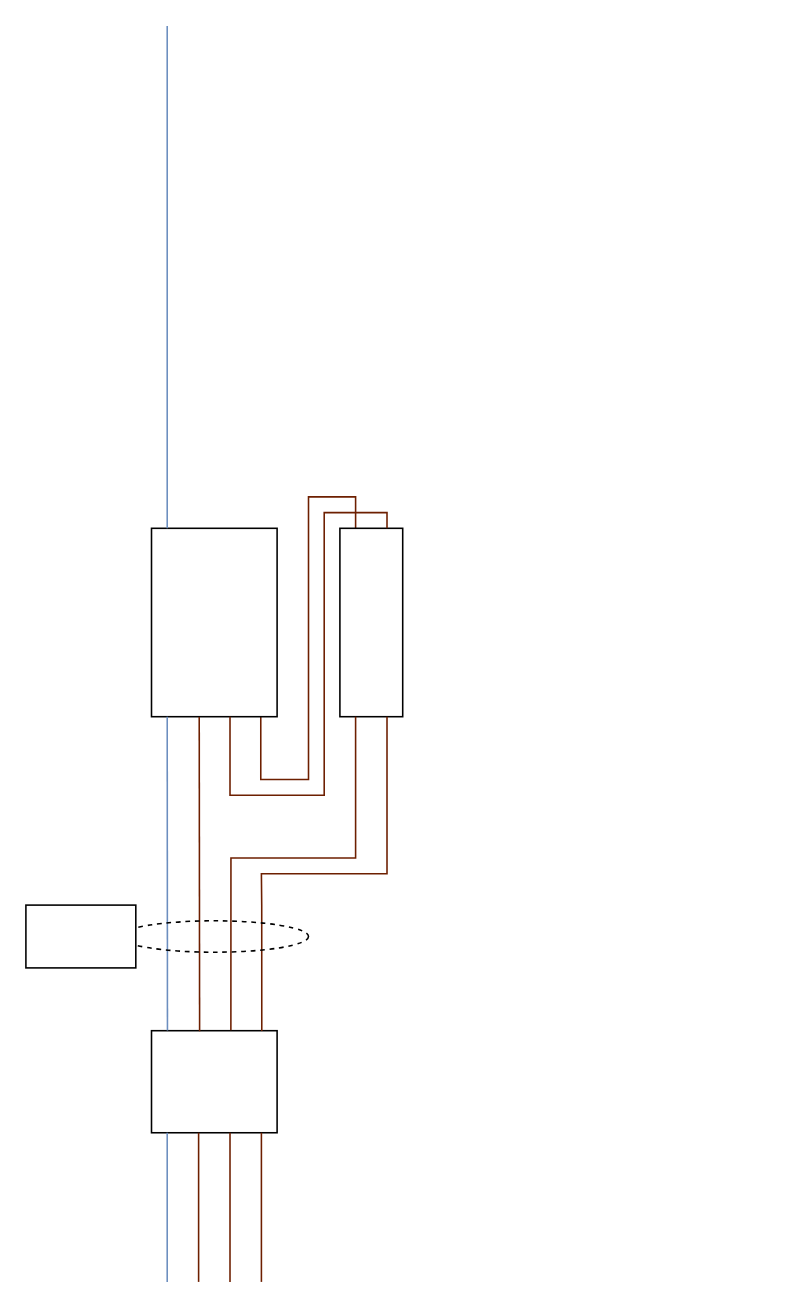
The draw.io diagram smart-evse/smartevse.drawio in SimonvanderMarel/DrawIO-stuff, before the edit. Source tidied: cells renumbered, new cells numbered last; positions are measured from the earlier drawing's top-left corner, leaving out a move shared by most shapes. Both pictures are drawn from the tidied source at 157%, with x=0, y=0 at pixel (25, 25).
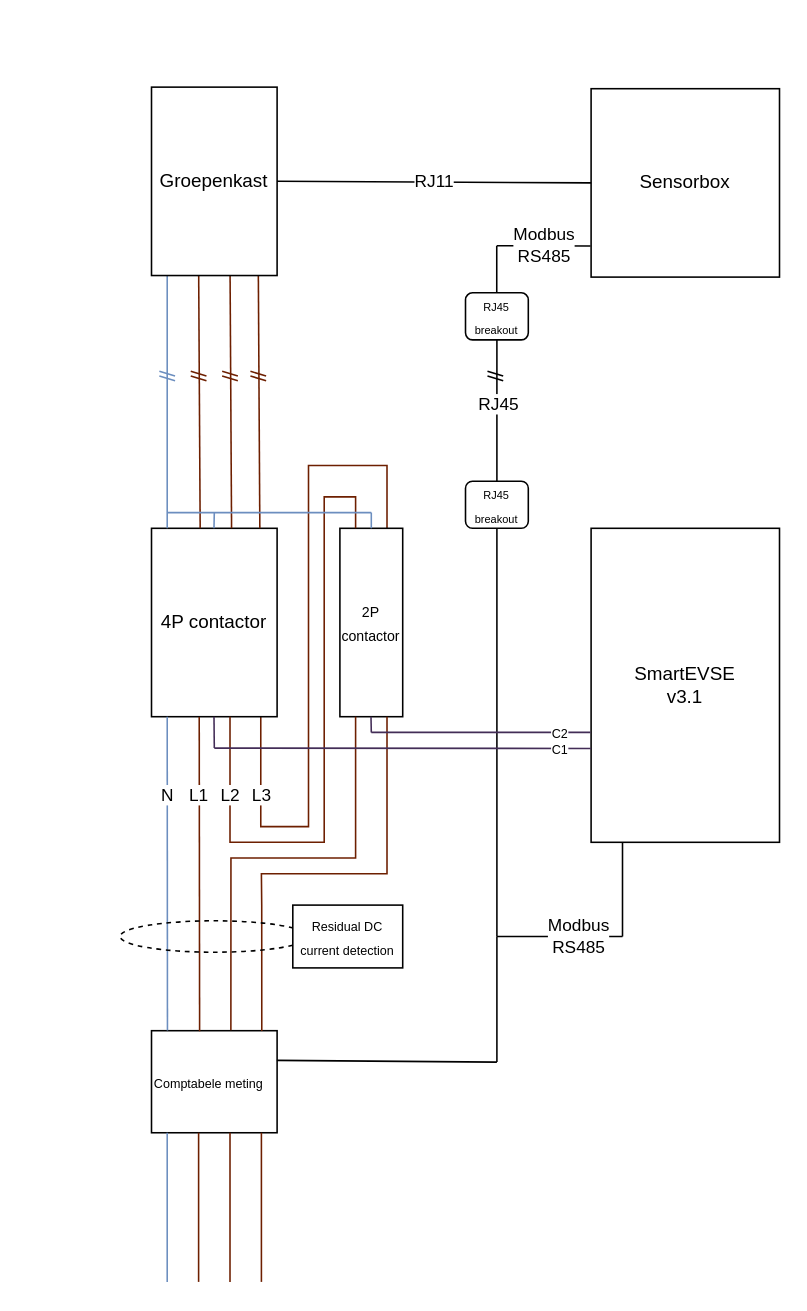
The same page after the edit.

The change refers to these unchanged cells:
```xml
<mxCell id="6" style="rounded=0;whiteSpace=wrap;html=1;" parent="1" vertex="1">
  <mxGeometry x="80" y="640" width="80" height="65" as="geometry" />
</mxCell>
```

The edit, as a diff of the source:
```diff
@@
-    <mxCell id="2" style="edgeStyle=orthogonalEdgeStyle;rounded=0;jettySize=auto;html=1;exitX=0.87;exitY=1.002;exitDx=0;exitDy=0;entryX=0.25;entryY=0;entryDx=0;entryDy=0;endArrow=none;endFill=0;fillColor=#a0522d;strokeColor=#6D1F00;exitPerimeter=0;" parent="1" edge="1" source="3" target="4">
-      <mxGeometry relative="1" as="geometry">
+    <mxCell id="2" value="L3" style="edgeStyle=orthogonalEdgeStyle;rounded=0;jettySize=auto;html=1;exitX=0.87;exitY=1.002;exitDx=0;exitDy=0;entryX=0.75;entryY=0;entryDx=0;entryDy=0;endArrow=none;endFill=0;fillColor=#a0522d;strokeColor=#6D1F00;exitPerimeter=0;" parent="1" edge="1" source="3" target="4">
+      <mxGeometry x="-0.76" relative="1" as="geometry">
         <Array as="points">
-          <mxPoint x="149.6" y="480" />
-          <mxPoint x="180" y="480" />
-          <mxPoint x="180" y="300" />
-          <mxPoint x="210" y="300" />
+          <mxPoint x="149.6" y="510" />
+          <mxPoint x="180" y="510" />
+          <mxPoint x="180" y="280" />
+          <mxPoint x="230" y="280" />
         </Array>
       </mxGeometry>
     </mxCell>
-    <mxCell id="3" style="rounded=0;whiteSpace=wrap;html=1;" parent="1" vertex="1">
+    <mxCell id="3" value="4P contactor" style="rounded=0;whiteSpace=wrap;html=1;" parent="1" vertex="1">
       <mxGeometry x="80" y="320" width="80" height="120" as="geometry" />
     </mxCell>
-    <mxCell id="4" style="rounded=0;whiteSpace=wrap;html=1;" parent="1" vertex="1">
+    <mxCell id="4" value="&lt;font style=&quot;font-size: 9px;&quot;&gt;2P contactor&lt;/font&gt;" style="rounded=0;whiteSpace=wrap;html=1;" parent="1" vertex="1">
       <mxGeometry x="200" y="320" width="40" height="120" as="geometry" />
     </mxCell>
-    <mxCell id="5" style="edgeStyle=orthogonalEdgeStyle;rounded=0;jettySize=auto;html=1;entryX=0.75;entryY=0;entryDx=0;entryDy=0;endArrow=none;endFill=0;fillColor=#a0522d;strokeColor=#6D1F00;" parent="1" edge="1" target="4">
-      <mxGeometry relative="1" as="geometry">
+    <mxCell id="5" value="L2" style="edgeStyle=orthogonalEdgeStyle;rounded=0;jettySize=auto;html=1;entryX=0.25;entryY=0;entryDx=0;entryDy=0;endArrow=none;endFill=0;fillColor=#a0522d;strokeColor=#6D1F00;" parent="1" edge="1" target="4">
+      <mxGeometry x="-0.75" relative="1" as="geometry">
         <mxPoint x="130" y="440" as="sourcePoint" />
         <Array as="points">
-          <mxPoint x="130" y="490" />
-          <mxPoint x="190" y="490" />
-          <mxPoint x="190" y="310" />
-          <mxPoint x="230" y="310" />
+          <mxPoint x="130" y="520" />
+          <mxPoint x="190" y="520" />
+          <mxPoint x="190" y="300" />
+          <mxPoint x="210" y="300" />
         </Array>
       </mxGeometry>
     </mxCell>
@@
-    <mxCell id="7" style="endArrow=none;html=1;rounded=0;entryX=0.38;entryY=1.001;entryDx=0;entryDy=0;entryPerimeter=0;exitX=0.383;exitY=0.005;exitDx=0;exitDy=0;exitPerimeter=0;fillColor=#a0522d;strokeColor=#6D1F00;" parent="1" edge="1" source="6" target="3">
-      <mxGeometry relative="1" as="geometry" />
+    <mxCell id="7" value="L1" style="endArrow=none;html=1;rounded=0;entryX=0.38;entryY=1.001;entryDx=0;entryDy=0;entryPerimeter=0;exitX=0.383;exitY=0.005;exitDx=0;exitDy=0;exitPerimeter=0;fillColor=#a0522d;strokeColor=#6D1F00;" parent="1" edge="1" source="6" target="3">
+      <mxGeometry x="0.5" relative="1" as="geometry" />
     </mxCell>
@@
-    <mxCell id="10" style="endArrow=none;html=1;rounded=0;entryX=0.38;entryY=1.001;entryDx=0;entryDy=0;entryPerimeter=0;exitX=0.127;exitY=-0.001;exitDx=0;exitDy=0;exitPerimeter=0;fillColor=#dae8fc;strokeColor=#6c8ebf;" parent="1" edge="1" source="6">
-      <mxGeometry relative="1" as="geometry">
+    <mxCell id="10" value="N" style="endArrow=none;html=1;rounded=0;entryX=0.38;entryY=1.001;entryDx=0;entryDy=0;entryPerimeter=0;exitX=0.127;exitY=-0.001;exitDx=0;exitDy=0;exitPerimeter=0;fillColor=#dae8fc;strokeColor=#6c8ebf;" parent="1" edge="1" source="6">
+      <mxGeometry x="0.5" relative="1" as="geometry">
         <mxPoint x="90" y="440" as="targetPoint" />
       </mxGeometry>
     </mxCell>
@@
-    <mxCell id="12" style="rounded=0;whiteSpace=wrap;html=1;" parent="1" vertex="1">
-      <mxGeometry y="560" width="70" height="40" as="geometry" />
+    <mxCell id="12" value="&lt;font style=&quot;font-size: 8px;&quot;&gt;Residual DC current detection&lt;/font&gt;" style="rounded=0;whiteSpace=wrap;html=1;" parent="1" vertex="1">
+      <mxGeometry x="170" y="560" width="70" height="40" as="geometry" />
     </mxCell>
     <mxCell id="13" style="endArrow=none;html=1;rounded=0;exitX=0.127;exitY=-0.001;exitDx=0;exitDy=0;exitPerimeter=0;fillColor=#dae8fc;strokeColor=#6c8ebf;" parent="1" edge="1">
       <mxGeometry relative="1" as="geometry">
         <mxPoint x="90" y="320" as="sourcePoint" />
-        <mxPoint x="90" as="targetPoint" />
+        <mxPoint x="90" y="150" as="targetPoint" />
       </mxGeometry>
     </mxCell>
@@
+    <mxCell id="18" style="endArrow=none;html=1;rounded=0;exitX=0.383;exitY=0.005;exitDx=0;exitDy=0;exitPerimeter=0;fillColor=#a0522d;strokeColor=#6D1F00;" parent="1" edge="1">
+      <mxGeometry relative="1" as="geometry">
+        <mxPoint x="111" y="320" as="sourcePoint" />
+        <mxPoint x="110" y="150" as="targetPoint" />
+      </mxGeometry>
+    </mxCell>
+    <mxCell id="19" style="endArrow=none;html=1;rounded=0;exitX=0.383;exitY=0.005;exitDx=0;exitDy=0;exitPerimeter=0;fillColor=#a0522d;strokeColor=#6D1F00;" parent="1" edge="1">
+      <mxGeometry relative="1" as="geometry">
+        <mxPoint x="131" y="320" as="sourcePoint" />
+        <mxPoint x="130" y="150" as="targetPoint" />
+      </mxGeometry>
+    </mxCell>
+    <mxCell id="20" style="endArrow=none;html=1;rounded=0;exitX=0.383;exitY=0.005;exitDx=0;exitDy=0;exitPerimeter=0;fillColor=#a0522d;strokeColor=#6D1F00;" parent="1" edge="1">
+      <mxGeometry relative="1" as="geometry">
+        <mxPoint x="149" y="320" as="sourcePoint" />
+        <mxPoint x="148" y="150" as="targetPoint" />
+      </mxGeometry>
+    </mxCell>
+    <mxCell id="21" value="&lt;div align=&quot;left&quot;&gt;&lt;font style=&quot;font-size: 8px;&quot;&gt;Comptabele meting&lt;/font&gt;&lt;/div&gt;" style="text;html=1;whiteSpace=wrap;strokeColor=none;fillColor=none;align=left;verticalAlign=middle;rounded=0;" parent="1" vertex="1">
+      <mxGeometry x="80" y="657.5" width="90" height="30" as="geometry" />
+    </mxCell>
+    <mxCell id="22" value="&lt;div&gt;SmartEVSE&lt;/div&gt;&lt;div&gt;v3.1&lt;/div&gt;" style="rounded=0;whiteSpace=wrap;html=1;" parent="1" vertex="1">
+      <mxGeometry x="360" y="320" width="120" height="200" as="geometry" />
+    </mxCell>
+    <mxCell id="23" value="Sensorbox" style="rounded=0;whiteSpace=wrap;html=1;" parent="1" vertex="1">
+      <mxGeometry x="360" y="40" width="120" height="120" as="geometry" />
+    </mxCell>
+    <mxCell id="24" value="Groepenkast" style="rounded=0;whiteSpace=wrap;html=1;" parent="1" vertex="1">
+      <mxGeometry x="80" y="39" width="80" height="120" as="geometry" />
+    </mxCell>
+    <mxCell id="25" value="RJ11" style="endArrow=none;html=1;rounded=0;exitX=1;exitY=0.5;exitDx=0;exitDy=0;entryX=0;entryY=0.5;entryDx=0;entryDy=0;" parent="1" edge="1" source="24" target="23">
+      <mxGeometry relative="1" as="geometry" />
+    </mxCell>
+    <mxCell id="26" value=" " style="endArrow=none;html=1;rounded=0;" parent="1" edge="1">
+      <mxGeometry relative="1" as="geometry">
+        <mxPoint x="380" y="580" as="sourcePoint" />
+        <mxPoint x="380" y="520" as="targetPoint" />
+      </mxGeometry>
+    </mxCell>
+    <mxCell id="27" value="Modbus&lt;br&gt;RS485" style="endArrow=none;html=1;rounded=0;entryX=-0.003;entryY=0.835;entryDx=0;entryDy=0;entryPerimeter=0;" parent="1" edge="1" target="23">
+      <mxGeometry relative="1" as="geometry">
+        <mxPoint x="300" y="140" as="sourcePoint" />
+      </mxGeometry>
+    </mxCell>
+    <mxCell id="28" value="Modbus&lt;br&gt;RS485" style="endArrow=none;html=1;rounded=0;" parent="1" edge="1">
+      <mxGeometry x="-0.29" relative="1" as="geometry">
+        <mxPoint x="380" y="580" as="sourcePoint" />
+        <mxPoint x="300" y="580" as="targetPoint" />
+      </mxGeometry>
+    </mxCell>
+    <mxCell id="29" style="endArrow=none;html=1;rounded=0;" parent="1" edge="1" source="42">
+      <mxGeometry x="-0.55" relative="1" as="geometry">
+        <mxPoint x="300" y="580" as="targetPoint" />
+      </mxGeometry>
+    </mxCell>
+    <mxCell id="30" value=" " style="endArrow=none;html=1;rounded=0;fillColor=#dae8fc;strokeColor=#6c8ebf;" parent="1" edge="1">
+      <mxGeometry x="0.5" relative="1" as="geometry">
+        <mxPoint x="119.8" y="320" as="sourcePoint" />
+        <mxPoint x="120" y="310" as="targetPoint" />
+      </mxGeometry>
+    </mxCell>
+    <mxCell id="31" value=" " style="endArrow=none;html=1;rounded=0;entryX=0.38;entryY=1.001;entryDx=0;entryDy=0;entryPerimeter=0;fillColor=#76608a;strokeColor=#432D57;" parent="1" edge="1">
+      <mxGeometry x="0.5" relative="1" as="geometry">
+        <mxPoint x="220" y="450" as="sourcePoint" />
+        <mxPoint x="219.8" y="440" as="targetPoint" />
+      </mxGeometry>
+    </mxCell>
+    <mxCell id="32" value=" " style="endArrow=none;html=1;rounded=0;fillColor=#dae8fc;strokeColor=#6c8ebf;" parent="1" edge="1">
+      <mxGeometry x="0.5" relative="1" as="geometry">
+        <mxPoint x="90" y="310" as="sourcePoint" />
+        <mxPoint x="220" y="310" as="targetPoint" />
+      </mxGeometry>
+    </mxCell>
+    <mxCell id="33" value=" " style="endArrow=none;html=1;rounded=0;fillColor=#dae8fc;strokeColor=#6c8ebf;entryX=0.5;entryY=0;entryDx=0;entryDy=0;" parent="1" edge="1" target="4">
+      <mxGeometry x="0.5" relative="1" as="geometry">
+        <mxPoint x="220" y="310" as="sourcePoint" />
+      </mxGeometry>
+    </mxCell>
+    <mxCell id="34" value=" " style="endArrow=none;html=1;rounded=0;entryX=0.38;entryY=1.001;entryDx=0;entryDy=0;entryPerimeter=0;fillColor=#76608a;strokeColor=#432D57;" parent="1" edge="1">
+      <mxGeometry x="0.5" relative="1" as="geometry">
+        <mxPoint x="120" y="460" as="sourcePoint" />
+        <mxPoint x="119.8" y="440" as="targetPoint" />
+      </mxGeometry>
+    </mxCell>
+    <mxCell id="35" value="&lt;font style=&quot;font-size: 8px;&quot;&gt;C1&lt;/font&gt;" style="endArrow=none;html=1;rounded=0;fillColor=#76608a;strokeColor=#432D57;entryX=0;entryY=0.701;entryDx=0;entryDy=0;entryPerimeter=0;" parent="1" edge="1" target="22">
+      <mxGeometry x="0.83" relative="1" as="geometry">
+        <mxPoint x="120" y="460" as="sourcePoint" />
+      </mxGeometry>
+    </mxCell>
+    <mxCell id="36" value="&lt;font style=&quot;font-size: 8px;&quot;&gt;C2&lt;/font&gt;" style="endArrow=none;html=1;rounded=0;fillColor=#76608a;strokeColor=#432D57;entryX=-0.003;entryY=0.65;entryDx=0;entryDy=0;entryPerimeter=0;" parent="1" edge="1" target="22">
+      <mxGeometry x="0.72" relative="1" as="geometry">
+        <mxPoint x="220" y="450" as="sourcePoint" />
+      </mxGeometry>
+    </mxCell>
+    <mxCell id="37" value=" " style="endArrow=none;html=1;rounded=0;" parent="1" edge="1">
+      <mxGeometry relative="1" as="geometry">
+        <mxPoint x="300" y="580" as="sourcePoint" />
+        <mxPoint x="300" y="660" as="targetPoint" />
+      </mxGeometry>
+    </mxCell>
+    <mxCell id="38" style="endArrow=none;html=1;rounded=0;entryX=0.998;entryY=0.291;entryDx=0;entryDy=0;entryPerimeter=0;" parent="1" edge="1" target="6">
+      <mxGeometry relative="1" as="geometry">
+        <mxPoint x="300" y="660" as="sourcePoint" />
+      </mxGeometry>
+    </mxCell>
+    <mxCell id="39" value="&lt;font style=&quot;font-size: 7px;&quot;&gt;RJ45 breakout&lt;/font&gt;" style="rounded=1;whiteSpace=wrap;html=1;" parent="1" vertex="1">
+      <mxGeometry x="280" y="170" width="40" height="30" as="geometry" />
+    </mxCell>
+    <mxCell id="40" style="endArrow=none;html=1;rounded=0;exitX=0.5;exitY=1;exitDx=0;exitDy=0;" parent="1" edge="1" source="39" target="42">
+      <mxGeometry x="-0.55" relative="1" as="geometry" />
+    </mxCell>
+    <mxCell id="41" value="RJ45" style="edgeLabel;html=1;align=center;verticalAlign=middle;" parent="40" vertex="1">
+      <mxGeometry x="0.15" relative="1" as="geometry">
+        <mxPoint y="-12" as="offset" />
+      </mxGeometry>
+    </mxCell>
+    <mxCell id="42" value="&lt;font style=&quot;font-size: 7px;&quot;&gt;RJ45 breakout&lt;/font&gt;" style="rounded=1;whiteSpace=wrap;html=1;" parent="1" vertex="1">
+      <mxGeometry x="280" y="290" width="40" height="30" as="geometry" />
+    </mxCell>
+    <mxCell id="43" style="endArrow=none;html=1;rounded=0;exitX=0.5;exitY=1;exitDx=0;exitDy=0;" parent="1" edge="1">
+      <mxGeometry x="-0.55" relative="1" as="geometry">
+        <mxPoint x="299.9" y="170" as="sourcePoint" />
+        <mxPoint x="299.9" y="140" as="targetPoint" />
+      </mxGeometry>
+    </mxCell>
+    <mxCell id="44" style="group;" parent="1" vertex="1">
+      <mxGeometry x="85" y="220" width="10" height="6" as="geometry" />
+    </mxCell>
+    <mxCell id="45" style="endArrow=none;html=1;rounded=0;fillColor=#dae8fc;strokeColor=#6c8ebf;" parent="44" edge="1">
+      <mxGeometry relative="1" as="geometry">
+        <mxPoint as="sourcePoint" />
+        <mxPoint x="10" y="3" as="targetPoint" />
+      </mxGeometry>
+    </mxCell>
+    <mxCell id="46" style="endArrow=none;html=1;rounded=0;fillColor=#dae8fc;strokeColor=#6c8ebf;" parent="44" edge="1">
+      <mxGeometry relative="1" as="geometry">
+        <mxPoint y="3" as="sourcePoint" />
+        <mxPoint x="10" y="6" as="targetPoint" />
+      </mxGeometry>
+    </mxCell>
+    <mxCell id="47" style="group;" parent="1" vertex="1">
+      <mxGeometry x="105" y="220" width="10" height="6" as="geometry" />
+    </mxCell>
+    <mxCell id="48" style="endArrow=none;html=1;rounded=0;fillColor=#a0522d;strokeColor=#6D1F00;" parent="47" edge="1">
+      <mxGeometry relative="1" as="geometry">
+        <mxPoint as="sourcePoint" />
+        <mxPoint x="10" y="3" as="targetPoint" />
+      </mxGeometry>
+    </mxCell>
+    <mxCell id="49" style="endArrow=none;html=1;rounded=0;fillColor=#a0522d;strokeColor=#6D1F00;" parent="47" edge="1">
+      <mxGeometry relative="1" as="geometry">
+        <mxPoint y="3" as="sourcePoint" />
+        <mxPoint x="10" y="6" as="targetPoint" />
+      </mxGeometry>
+    </mxCell>
+    <mxCell id="50" style="group;" parent="1" vertex="1">
+      <mxGeometry x="125" y="220" width="10" height="6" as="geometry" />
+    </mxCell>
+    <mxCell id="51" style="endArrow=none;html=1;rounded=0;fillColor=#a0522d;strokeColor=#6D1F00;" parent="50" edge="1">
+      <mxGeometry relative="1" as="geometry">
+        <mxPoint as="sourcePoint" />
+        <mxPoint x="10" y="3" as="targetPoint" />
+      </mxGeometry>
+    </mxCell>
+    <mxCell id="52" style="endArrow=none;html=1;rounded=0;fillColor=#a0522d;strokeColor=#6D1F00;" parent="50" edge="1">
+      <mxGeometry relative="1" as="geometry">
+        <mxPoint y="3" as="sourcePoint" />
+        <mxPoint x="10" y="6" as="targetPoint" />
+      </mxGeometry>
+    </mxCell>
+    <mxCell id="53" style="group;" parent="1" vertex="1">
+      <mxGeometry x="143" y="220" width="10" height="6" as="geometry" />
+    </mxCell>
+    <mxCell id="54" style="endArrow=none;html=1;rounded=0;fillColor=#a0522d;strokeColor=#6D1F00;" parent="53" edge="1">
+      <mxGeometry relative="1" as="geometry">
+        <mxPoint as="sourcePoint" />
+        <mxPoint x="10" y="3" as="targetPoint" />
+      </mxGeometry>
+    </mxCell>
+    <mxCell id="55" style="endArrow=none;html=1;rounded=0;fillColor=#a0522d;strokeColor=#6D1F00;" parent="53" edge="1">
+      <mxGeometry relative="1" as="geometry">
+        <mxPoint y="3" as="sourcePoint" />
+        <mxPoint x="10" y="6" as="targetPoint" />
+      </mxGeometry>
+    </mxCell>
+    <mxCell id="56" style="group;" parent="1" vertex="1">
+      <mxGeometry x="294" y="220" width="10" height="6" as="geometry" />
+    </mxCell>
+    <mxCell id="57" style="endArrow=none;html=1;rounded=0;fillColor=#a0522d;strokeColor=#000000;" parent="56" edge="1">
+      <mxGeometry relative="1" as="geometry">
+        <mxPoint as="sourcePoint" />
+        <mxPoint x="10" y="3" as="targetPoint" />
+      </mxGeometry>
+    </mxCell>
+    <mxCell id="58" style="endArrow=none;html=1;rounded=0;fillColor=#a0522d;strokeColor=#000000;" parent="56" edge="1">
+      <mxGeometry relative="1" as="geometry">
+        <mxPoint y="3" as="sourcePoint" />
+        <mxPoint x="10" y="6" as="targetPoint" />
+      </mxGeometry>
+    </mxCell>
```
